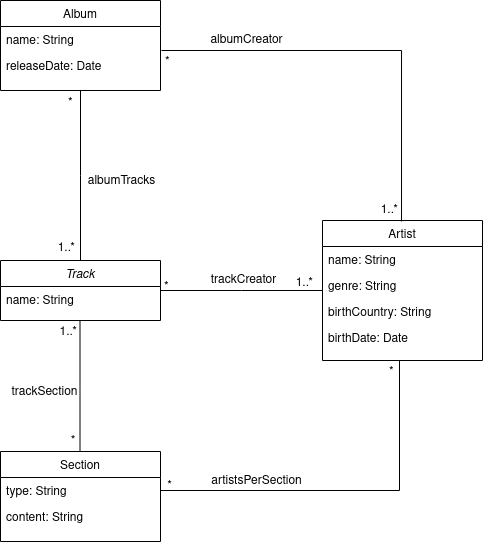
This is docs/img/domain_model.png from gwealm/VerseVault, a draw.io export, as it was before one commit. Source tidied: cells renumbered, new cells last; positions are measured from the earlier drawing's top-left corner, leaving out a move shared by most shapes. Source of this version:
```xml
<mxGraphModel>
  <root>
    <mxCell id="0" />
    <mxCell id="1" parent="0" />
    <mxCell id="2" value="Track" style="swimlane;fontStyle=2;align=center;verticalAlign=top;horizontal=1;startSize=26;rounded=0;shadow=0;strokeWidth=1;" parent="1" vertex="1">
      <mxGeometry y="260" width="160" height="60" as="geometry" />
    </mxCell>
    <mxCell id="3" value="name: String" style="text;align=left;verticalAlign=top;spacingLeft=4;spacingRight=4;overflow=hidden;" parent="2" vertex="1">
      <mxGeometry y="26" width="160" height="26" as="geometry" />
    </mxCell>
    <mxCell id="4" value="Album" style="swimlane;fontStyle=0;align=center;verticalAlign=top;horizontal=1;startSize=26;rounded=0;shadow=0;strokeWidth=1;" parent="1" vertex="1">
      <mxGeometry width="160" height="90" as="geometry" />
    </mxCell>
    <mxCell id="5" value="name: String&#10;" style="text;align=left;verticalAlign=top;spacingLeft=4;spacingRight=4;overflow=hidden;" parent="4" vertex="1">
      <mxGeometry y="26" width="160" height="26" as="geometry" />
    </mxCell>
    <mxCell id="6" value="releaseDate: Date" style="text;align=left;verticalAlign=top;spacingLeft=4;spacingRight=4;overflow=hidden;points=[[0,0.5],[1,0.5]];portConstraint=eastwest;" parent="4" vertex="1">
      <mxGeometry y="52" width="160" height="26" as="geometry" />
    </mxCell>
    <mxCell id="7" value="Artist" style="swimlane;fontStyle=0;align=center;verticalAlign=top;horizontal=1;startSize=26;rounded=0;shadow=0;strokeWidth=1;" parent="1" vertex="1">
      <mxGeometry x="322" y="220" width="160" height="140" as="geometry" />
    </mxCell>
    <mxCell id="8" value="name: String" style="text;align=left;verticalAlign=top;spacingLeft=4;spacingRight=4;overflow=hidden;" parent="7" vertex="1">
      <mxGeometry y="26" width="160" height="26" as="geometry" />
    </mxCell>
    <mxCell id="9" value="genre: String" style="text;align=left;verticalAlign=top;spacingLeft=4;spacingRight=4;overflow=hidden;rounded=0;shadow=0;html=0;" parent="7" vertex="1">
      <mxGeometry y="52" width="160" height="26" as="geometry" />
    </mxCell>
    <mxCell id="10" value="birthCountry: String" style="text;align=left;verticalAlign=top;spacingLeft=4;spacingRight=4;overflow=hidden;rounded=0;shadow=0;html=0;" parent="7" vertex="1">
      <mxGeometry y="78" width="160" height="26" as="geometry" />
    </mxCell>
    <mxCell id="11" value="birthDate: Date" style="text;align=left;verticalAlign=top;spacingLeft=4;spacingRight=4;overflow=hidden;" parent="7" vertex="1">
      <mxGeometry y="104" width="160" height="26" as="geometry" />
    </mxCell>
    <mxCell id="12" style="endArrow=none;shadow=0;strokeWidth=1;rounded=0;endFill=0;edgeStyle=elbowEdgeStyle;elbow=vertical;" parent="1" edge="1" source="2" target="7">
      <mxGeometry x="0.5" y="41" relative="1" as="geometry">
        <mxPoint x="-40" y="32" as="offset" />
      </mxGeometry>
    </mxCell>
    <mxCell id="13" value="*" style="align=left;verticalAlign=bottom;labelBackgroundColor=none;fontSize=12;" parent="12" vertex="1">
      <mxGeometry x="-1" relative="1" as="geometry">
        <mxPoint x="2" y="4" as="offset" />
      </mxGeometry>
    </mxCell>
    <mxCell id="14" value="1..*" style="align=right;verticalAlign=bottom;labelBackgroundColor=none;fontSize=12;" parent="12" vertex="1">
      <mxGeometry x="1" relative="1" as="geometry">
        <mxPoint x="-8" as="offset" />
      </mxGeometry>
    </mxCell>
    <mxCell id="15" value="trackCreator" style="text;html=1;align=center;verticalAlign=middle;labelBackgroundColor=none;rounded=0;shadow=0;strokeWidth=1;fontSize=12;" parent="12" vertex="1">
      <mxGeometry x="0.5" y="49" relative="1" as="geometry">
        <mxPoint x="-40" y="38" as="offset" />
      </mxGeometry>
    </mxCell>
    <mxCell id="16" style="endArrow=none;shadow=0;strokeWidth=1;rounded=0;endFill=0;edgeStyle=elbowEdgeStyle;elbow=vertical;exitX=0.5;exitY=1;exitDx=0;exitDy=0;entryX=0.5;entryY=0;entryDx=0;entryDy=0;" parent="1" edge="1">
      <mxGeometry x="0.5" y="41" relative="1" as="geometry">
        <mxPoint x="79.5" y="320" as="sourcePoint" />
        <mxPoint x="79.5" y="451" as="targetPoint" />
        <mxPoint x="-40" y="32" as="offset" />
      </mxGeometry>
    </mxCell>
    <mxCell id="17" value="1..*" style="align=left;verticalAlign=bottom;labelBackgroundColor=none;fontSize=12;" parent="16" vertex="1">
      <mxGeometry x="-1" relative="1" as="geometry">
        <mxPoint x="-22" y="19" as="offset" />
      </mxGeometry>
    </mxCell>
    <mxCell id="18" value="*" style="align=right;verticalAlign=bottom;labelBackgroundColor=none;fontSize=12;" parent="16" vertex="1">
      <mxGeometry x="1" relative="1" as="geometry">
        <mxPoint x="-3" y="-3" as="offset" />
      </mxGeometry>
    </mxCell>
    <mxCell id="19" style="endArrow=none;shadow=0;strokeWidth=1;rounded=0;endFill=0;edgeStyle=elbowEdgeStyle;elbow=vertical;exitX=0.5;exitY=1;exitDx=0;exitDy=0;entryX=0.5;entryY=0;entryDx=0;entryDy=0;" parent="1" edge="1" source="4" target="2">
      <mxGeometry x="0.5" y="41" relative="1" as="geometry">
        <mxPoint x="-40" y="32" as="offset" />
      </mxGeometry>
    </mxCell>
    <mxCell id="20" value="*" style="align=left;verticalAlign=bottom;labelBackgroundColor=none;fontSize=12;" parent="19" vertex="1">
      <mxGeometry x="-1" relative="1" as="geometry">
        <mxPoint x="-14" y="20" as="offset" />
      </mxGeometry>
    </mxCell>
    <mxCell id="21" value="1..*" style="align=right;verticalAlign=bottom;labelBackgroundColor=none;fontSize=12;" parent="19" vertex="1">
      <mxGeometry x="1" relative="1" as="geometry">
        <mxPoint x="-4" y="-5" as="offset" />
      </mxGeometry>
    </mxCell>
    <mxCell id="22" value="albumTracks" style="text;html=1;align=center;verticalAlign=middle;labelBackgroundColor=none;rounded=0;shadow=0;strokeWidth=1;fontSize=12;" parent="19" vertex="1">
      <mxGeometry x="0.5" y="49" relative="1" as="geometry">
        <mxPoint x="-9" y="-38" as="offset" />
      </mxGeometry>
    </mxCell>
    <mxCell id="23" style="endArrow=none;shadow=0;strokeWidth=1;rounded=0;endFill=0;edgeStyle=elbowEdgeStyle;elbow=vertical;entryX=0.619;entryY=0.007;entryDx=0;entryDy=0;entryPerimeter=0;exitX=1.006;exitY=-0.077;exitDx=0;exitDy=0;exitPerimeter=0;" parent="1" edge="1" source="6">
      <mxGeometry x="0.5" y="41" relative="1" as="geometry">
        <mxPoint x="401" y="221" as="targetPoint" />
        <Array as="points">
          <mxPoint x="390" y="50" />
        </Array>
        <mxPoint x="-40" y="32" as="offset" />
      </mxGeometry>
    </mxCell>
    <mxCell id="24" value="*" style="align=left;verticalAlign=bottom;labelBackgroundColor=none;fontSize=12;" parent="23" vertex="1">
      <mxGeometry x="-1" relative="1" as="geometry">
        <mxPoint x="2" y="19" as="offset" />
      </mxGeometry>
    </mxCell>
    <mxCell id="25" value="1..*" style="align=right;verticalAlign=bottom;labelBackgroundColor=none;fontSize=12;" parent="23" vertex="1">
      <mxGeometry x="1" relative="1" as="geometry">
        <mxPoint x="-2" y="-4" as="offset" />
      </mxGeometry>
    </mxCell>
    <mxCell id="26" value="albumCreator" style="text;html=1;align=center;verticalAlign=middle;labelBackgroundColor=none;rounded=0;shadow=0;strokeWidth=1;fontSize=12;" parent="23" vertex="1">
      <mxGeometry x="0.5" y="49" relative="1" as="geometry">
        <mxPoint x="-205" y="-78" as="offset" />
      </mxGeometry>
    </mxCell>
    <mxCell id="27" value="Section" style="swimlane;fontStyle=0;align=center;verticalAlign=top;horizontal=1;startSize=26;rounded=0;shadow=0;strokeWidth=1;" parent="1" vertex="1">
      <mxGeometry y="451" width="160" height="90" as="geometry" />
    </mxCell>
    <mxCell id="28" value="type: String" style="text;align=left;verticalAlign=top;spacingLeft=4;spacingRight=4;overflow=hidden;points=[[0,0.5],[1,0.5]];portConstraint=eastwest;" parent="27" vertex="1">
      <mxGeometry y="26" width="160" height="26" as="geometry" />
    </mxCell>
    <mxCell id="29" value="content: String" style="text;align=left;verticalAlign=top;spacingLeft=4;spacingRight=4;overflow=hidden;rounded=0;shadow=0;html=0;" parent="27" vertex="1">
      <mxGeometry y="52" width="160" height="26" as="geometry" />
    </mxCell>
    <mxCell id="30" style="endArrow=none;shadow=0;strokeWidth=1;rounded=0;endFill=0;edgeStyle=elbowEdgeStyle;elbow=vertical;exitX=0.5;exitY=1;exitDx=0;exitDy=0;entryX=1;entryY=0.5;entryDx=0;entryDy=0;" parent="1" edge="1" target="28">
      <mxGeometry x="0.5" y="41" relative="1" as="geometry">
        <mxPoint x="399" y="360" as="sourcePoint" />
        <Array as="points">
          <mxPoint x="408" y="490" />
        </Array>
        <mxPoint x="-40" y="32" as="offset" />
      </mxGeometry>
    </mxCell>
    <mxCell id="31" value="*" style="align=left;verticalAlign=bottom;labelBackgroundColor=none;fontSize=12;" parent="30" vertex="1">
      <mxGeometry x="-1" relative="1" as="geometry">
        <mxPoint x="-12" y="19" as="offset" />
      </mxGeometry>
    </mxCell>
    <mxCell id="32" value="*" style="align=right;verticalAlign=bottom;labelBackgroundColor=none;fontSize=12;" parent="30" vertex="1">
      <mxGeometry x="1" relative="1" as="geometry">
        <mxPoint x="13" y="3" as="offset" />
      </mxGeometry>
    </mxCell>
    <mxCell id="33" value="trackSection" style="text;html=1;align=center;verticalAlign=middle;labelBackgroundColor=none;rounded=0;shadow=0;strokeWidth=1;fontSize=12;" parent="1" vertex="1">
      <mxGeometry x="36" y="390" as="geometry">
        <mxPoint x="7" y="1" as="offset" />
      </mxGeometry>
    </mxCell>
    <mxCell id="34" value="artistsPerSection" style="text;html=1;align=center;verticalAlign=middle;labelBackgroundColor=none;rounded=0;shadow=0;strokeWidth=1;fontSize=12;" parent="1" vertex="1">
      <mxGeometry x="255" y="480" as="geometry" />
    </mxCell>
  </root>
</mxGraphModel>
```
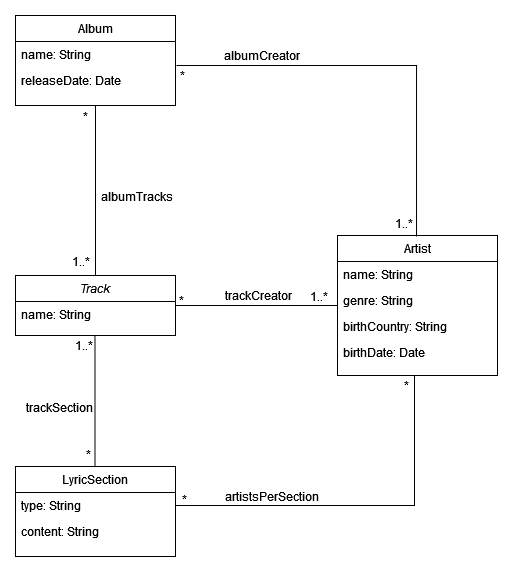
After the change.

Commit message:
docs: update domain model

Change to the diagram source:
```diff
@@ -5,9 +5,9 @@
     <mxCell id="2" value="Track" style="swimlane;fontStyle=2;align=center;verticalAlign=top;horizontal=1;startSize=26;rounded=0;shadow=0;strokeWidth=1;" parent="1" vertex="1">
       <mxGeometry y="260" width="160" height="60" as="geometry" />
     </mxCell>
-    <mxCell id="3" value="name: String" style="text;align=left;verticalAlign=top;spacingLeft=4;spacingRight=4;overflow=hidden;" parent="2" vertex="1">
-      <mxGeometry y="26" width="160" height="26" as="geometry" />
-    </mxCell>
+    <mxCell id="35" value="name: String" style="text;align=left;verticalAlign=top;spacingLeft=4;spacingRight=4;overflow=hidden;" parent="2" vertex="1">
+      <mxGeometry y="26" width="160" height="26" as="geometry" />
+    </mxCell>
     <mxCell id="4" value="Album" style="swimlane;fontStyle=0;align=center;verticalAlign=top;horizontal=1;startSize=26;rounded=0;shadow=0;strokeWidth=1;" parent="1" vertex="1">
       <mxGeometry width="160" height="90" as="geometry" />
     </mxCell>
@@ -20,9 +20,9 @@
     <mxCell id="7" value="Artist" style="swimlane;fontStyle=0;align=center;verticalAlign=top;horizontal=1;startSize=26;rounded=0;shadow=0;strokeWidth=1;" parent="1" vertex="1">
       <mxGeometry x="322" y="220" width="160" height="140" as="geometry" />
     </mxCell>
-    <mxCell id="8" value="name: String" style="text;align=left;verticalAlign=top;spacingLeft=4;spacingRight=4;overflow=hidden;" parent="7" vertex="1">
-      <mxGeometry y="26" width="160" height="26" as="geometry" />
-    </mxCell>
+    <mxCell id="36" value="name: String" style="text;align=left;verticalAlign=top;spacingLeft=4;spacingRight=4;overflow=hidden;" parent="7" vertex="1">
+      <mxGeometry y="26" width="160" height="26" as="geometry" />
+    </mxCell>
     <mxCell id="9" value="genre: String" style="text;align=left;verticalAlign=top;spacingLeft=4;spacingRight=4;overflow=hidden;rounded=0;shadow=0;html=0;" parent="7" vertex="1">
       <mxGeometry y="52" width="160" height="26" as="geometry" />
     </mxCell>
@@ -37,110 +37,110 @@
         <mxPoint x="-40" y="32" as="offset" />
       </mxGeometry>
     </mxCell>
-    <mxCell id="13" value="*" style="align=left;verticalAlign=bottom;labelBackgroundColor=none;fontSize=12;" parent="12" vertex="1">
-      <mxGeometry x="-1" relative="1" as="geometry">
-        <mxPoint x="2" y="4" as="offset" />
-      </mxGeometry>
-    </mxCell>
-    <mxCell id="14" value="1..*" style="align=right;verticalAlign=bottom;labelBackgroundColor=none;fontSize=12;" parent="12" vertex="1">
-      <mxGeometry x="1" relative="1" as="geometry">
-        <mxPoint x="-8" as="offset" />
-      </mxGeometry>
-    </mxCell>
+    <mxCell id="37" value="*" style="align=left;verticalAlign=bottom;labelBackgroundColor=none;fontSize=12;" parent="12" vertex="1">
+      <mxGeometry x="-1" relative="1" as="geometry">
+        <mxPoint x="2" y="4" as="offset" />
+      </mxGeometry>
+    </mxCell>
+    <mxCell id="38" value="1..*" style="align=right;verticalAlign=bottom;labelBackgroundColor=none;fontSize=12;" parent="12" vertex="1">
+      <mxGeometry x="1" relative="1" as="geometry">
+        <mxPoint x="-8" as="offset" />
+      </mxGeometry>
+    </mxCell>
     <mxCell id="15" value="trackCreator" style="text;html=1;align=center;verticalAlign=middle;labelBackgroundColor=none;rounded=0;shadow=0;strokeWidth=1;fontSize=12;" parent="12" vertex="1">
       <mxGeometry x="0.5" y="49" relative="1" as="geometry">
         <mxPoint x="-40" y="38" as="offset" />
       </mxGeometry>
     </mxCell>
-    <mxCell id="16" style="endArrow=none;shadow=0;strokeWidth=1;rounded=0;endFill=0;edgeStyle=elbowEdgeStyle;elbow=vertical;exitX=0.5;exitY=1;exitDx=0;exitDy=0;entryX=0.5;entryY=0;entryDx=0;entryDy=0;" parent="1" edge="1">
-      <mxGeometry x="0.5" y="41" relative="1" as="geometry">
-        <mxPoint x="79.5" y="320" as="sourcePoint" />
-        <mxPoint x="79.5" y="451" as="targetPoint" />
-        <mxPoint x="-40" y="32" as="offset" />
-      </mxGeometry>
-    </mxCell>
+    <mxCell id="39" style="endArrow=none;shadow=0;strokeWidth=1;rounded=0;endFill=0;edgeStyle=elbowEdgeStyle;elbow=vertical;exitX=0.5;exitY=1;exitDx=0;exitDy=0;entryX=0.5;entryY=0;entryDx=0;entryDy=0;" parent="1" edge="1">
+      <mxGeometry x="0.5" y="41" relative="1" as="geometry">
+        <mxPoint x="79.5" y="320" as="sourcePoint" />
+        <mxPoint x="79.5" y="451" as="targetPoint" />
+        <mxPoint x="-40" y="32" as="offset" />
+      </mxGeometry>
+    </mxCell>
-    <mxCell id="17" value="1..*" style="align=left;verticalAlign=bottom;labelBackgroundColor=none;fontSize=12;" parent="16" vertex="1">
+    <mxCell id="17" value="1..*" style="align=left;verticalAlign=bottom;labelBackgroundColor=none;fontSize=12;" parent="39" vertex="1">
       <mxGeometry x="-1" relative="1" as="geometry">
         <mxPoint x="-22" y="19" as="offset" />
       </mxGeometry>
     </mxCell>
-    <mxCell id="18" value="*" style="align=right;verticalAlign=bottom;labelBackgroundColor=none;fontSize=12;" parent="16" vertex="1">
-      <mxGeometry x="1" relative="1" as="geometry">
-        <mxPoint x="-3" y="-3" as="offset" />
-      </mxGeometry>
-    </mxCell>
+    <mxCell id="40" value="*" style="align=right;verticalAlign=bottom;labelBackgroundColor=none;fontSize=12;" parent="39" vertex="1">
+      <mxGeometry x="1" relative="1" as="geometry">
+        <mxPoint x="-3" y="-3" as="offset" />
+      </mxGeometry>
+    </mxCell>
     <mxCell id="19" style="endArrow=none;shadow=0;strokeWidth=1;rounded=0;endFill=0;edgeStyle=elbowEdgeStyle;elbow=vertical;exitX=0.5;exitY=1;exitDx=0;exitDy=0;entryX=0.5;entryY=0;entryDx=0;entryDy=0;" parent="1" edge="1" source="4" target="2">
       <mxGeometry x="0.5" y="41" relative="1" as="geometry">
         <mxPoint x="-40" y="32" as="offset" />
       </mxGeometry>
     </mxCell>
-    <mxCell id="20" value="*" style="align=left;verticalAlign=bottom;labelBackgroundColor=none;fontSize=12;" parent="19" vertex="1">
-      <mxGeometry x="-1" relative="1" as="geometry">
-        <mxPoint x="-14" y="20" as="offset" />
-      </mxGeometry>
-    </mxCell>
-    <mxCell id="21" value="1..*" style="align=right;verticalAlign=bottom;labelBackgroundColor=none;fontSize=12;" parent="19" vertex="1">
-      <mxGeometry x="1" relative="1" as="geometry">
-        <mxPoint x="-4" y="-5" as="offset" />
-      </mxGeometry>
-    </mxCell>
+    <mxCell id="41" value="*" style="align=left;verticalAlign=bottom;labelBackgroundColor=none;fontSize=12;" parent="19" vertex="1">
+      <mxGeometry x="-1" relative="1" as="geometry">
+        <mxPoint x="-14" y="20" as="offset" />
+      </mxGeometry>
+    </mxCell>
+    <mxCell id="42" value="1..*" style="align=right;verticalAlign=bottom;labelBackgroundColor=none;fontSize=12;" parent="19" vertex="1">
+      <mxGeometry x="1" relative="1" as="geometry">
+        <mxPoint x="-4" y="-5" as="offset" />
+      </mxGeometry>
+    </mxCell>
     <mxCell id="22" value="albumTracks" style="text;html=1;align=center;verticalAlign=middle;labelBackgroundColor=none;rounded=0;shadow=0;strokeWidth=1;fontSize=12;" parent="19" vertex="1">
       <mxGeometry x="0.5" y="49" relative="1" as="geometry">
         <mxPoint x="-9" y="-38" as="offset" />
       </mxGeometry>
     </mxCell>
-    <mxCell id="23" style="endArrow=none;shadow=0;strokeWidth=1;rounded=0;endFill=0;edgeStyle=elbowEdgeStyle;elbow=vertical;entryX=0.619;entryY=0.007;entryDx=0;entryDy=0;entryPerimeter=0;exitX=1.006;exitY=-0.077;exitDx=0;exitDy=0;exitPerimeter=0;" parent="1" edge="1" source="6">
-      <mxGeometry x="0.5" y="41" relative="1" as="geometry">
-        <mxPoint x="401" y="221" as="targetPoint" />
-        <Array as="points">
-          <mxPoint x="390" y="50" />
-        </Array>
-        <mxPoint x="-40" y="32" as="offset" />
-      </mxGeometry>
-    </mxCell>
-    <mxCell id="24" value="*" style="align=left;verticalAlign=bottom;labelBackgroundColor=none;fontSize=12;" parent="23" vertex="1">
-      <mxGeometry x="-1" relative="1" as="geometry">
-        <mxPoint x="2" y="19" as="offset" />
-      </mxGeometry>
-    </mxCell>
-    <mxCell id="25" value="1..*" style="align=right;verticalAlign=bottom;labelBackgroundColor=none;fontSize=12;" parent="23" vertex="1">
-      <mxGeometry x="1" relative="1" as="geometry">
-        <mxPoint x="-2" y="-4" as="offset" />
-      </mxGeometry>
-    </mxCell>
+    <mxCell id="43" style="endArrow=none;shadow=0;strokeWidth=1;rounded=0;endFill=0;edgeStyle=elbowEdgeStyle;elbow=vertical;entryX=0.619;entryY=0.007;entryDx=0;entryDy=0;entryPerimeter=0;exitX=1.006;exitY=-0.077;exitDx=0;exitDy=0;exitPerimeter=0;" parent="1" edge="1" source="6">
+      <mxGeometry x="0.5" y="41" relative="1" as="geometry">
+        <mxPoint x="401" y="221" as="targetPoint" />
+        <Array as="points">
+          <mxPoint x="390" y="50" />
+        </Array>
+        <mxPoint x="-40" y="32" as="offset" />
+      </mxGeometry>
+    </mxCell>
+    <mxCell id="44" value="*" style="align=left;verticalAlign=bottom;labelBackgroundColor=none;fontSize=12;" parent="43" vertex="1">
+      <mxGeometry x="-1" relative="1" as="geometry">
+        <mxPoint x="2" y="19" as="offset" />
+      </mxGeometry>
+    </mxCell>
+    <mxCell id="45" value="1..*" style="align=right;verticalAlign=bottom;labelBackgroundColor=none;fontSize=12;" parent="43" vertex="1">
+      <mxGeometry x="1" relative="1" as="geometry">
+        <mxPoint x="-2" y="-4" as="offset" />
+      </mxGeometry>
+    </mxCell>
-    <mxCell id="26" value="albumCreator" style="text;html=1;align=center;verticalAlign=middle;labelBackgroundColor=none;rounded=0;shadow=0;strokeWidth=1;fontSize=12;" parent="23" vertex="1">
+    <mxCell id="26" value="albumCreator" style="text;html=1;align=center;verticalAlign=middle;labelBackgroundColor=none;rounded=0;shadow=0;strokeWidth=1;fontSize=12;" parent="43" vertex="1">
       <mxGeometry x="0.5" y="49" relative="1" as="geometry">
         <mxPoint x="-205" y="-78" as="offset" />
       </mxGeometry>
     </mxCell>
-    <mxCell id="27" value="Section" style="swimlane;fontStyle=0;align=center;verticalAlign=top;horizontal=1;startSize=26;rounded=0;shadow=0;strokeWidth=1;" parent="1" vertex="1">
-      <mxGeometry y="451" width="160" height="90" as="geometry" />
-    </mxCell>
+    <mxCell id="46" value="LyricSection" style="swimlane;fontStyle=0;align=center;verticalAlign=top;horizontal=1;startSize=26;rounded=0;shadow=0;strokeWidth=1;" parent="1" vertex="1">
+      <mxGeometry y="451" width="160" height="90" as="geometry" />
+    </mxCell>
-    <mxCell id="28" value="type: String" style="text;align=left;verticalAlign=top;spacingLeft=4;spacingRight=4;overflow=hidden;points=[[0,0.5],[1,0.5]];portConstraint=eastwest;" parent="27" vertex="1">
+    <mxCell id="28" value="type: String" style="text;align=left;verticalAlign=top;spacingLeft=4;spacingRight=4;overflow=hidden;points=[[0,0.5],[1,0.5]];portConstraint=eastwest;" parent="46" vertex="1">
       <mxGeometry y="26" width="160" height="26" as="geometry" />
     </mxCell>
-    <mxCell id="29" value="content: String" style="text;align=left;verticalAlign=top;spacingLeft=4;spacingRight=4;overflow=hidden;rounded=0;shadow=0;html=0;" parent="27" vertex="1">
+    <mxCell id="29" value="content: String" style="text;align=left;verticalAlign=top;spacingLeft=4;spacingRight=4;overflow=hidden;rounded=0;shadow=0;html=0;" parent="46" vertex="1">
       <mxGeometry y="52" width="160" height="26" as="geometry" />
     </mxCell>
-    <mxCell id="30" style="endArrow=none;shadow=0;strokeWidth=1;rounded=0;endFill=0;edgeStyle=elbowEdgeStyle;elbow=vertical;exitX=0.5;exitY=1;exitDx=0;exitDy=0;entryX=1;entryY=0.5;entryDx=0;entryDy=0;" parent="1" edge="1" target="28">
-      <mxGeometry x="0.5" y="41" relative="1" as="geometry">
-        <mxPoint x="399" y="360" as="sourcePoint" />
-        <Array as="points">
-          <mxPoint x="408" y="490" />
-        </Array>
-        <mxPoint x="-40" y="32" as="offset" />
-      </mxGeometry>
-    </mxCell>
-    <mxCell id="31" value="*" style="align=left;verticalAlign=bottom;labelBackgroundColor=none;fontSize=12;" parent="30" vertex="1">
-      <mxGeometry x="-1" relative="1" as="geometry">
-        <mxPoint x="-12" y="19" as="offset" />
-      </mxGeometry>
-    </mxCell>
-    <mxCell id="32" value="*" style="align=right;verticalAlign=bottom;labelBackgroundColor=none;fontSize=12;" parent="30" vertex="1">
-      <mxGeometry x="1" relative="1" as="geometry">
-        <mxPoint x="13" y="3" as="offset" />
-      </mxGeometry>
-    </mxCell>
+    <mxCell id="47" style="endArrow=none;shadow=0;strokeWidth=1;rounded=0;endFill=0;edgeStyle=elbowEdgeStyle;elbow=vertical;exitX=0.5;exitY=1;exitDx=0;exitDy=0;entryX=1;entryY=0.5;entryDx=0;entryDy=0;" parent="1" edge="1" target="28">
+      <mxGeometry x="0.5" y="41" relative="1" as="geometry">
+        <mxPoint x="399" y="360" as="sourcePoint" />
+        <Array as="points">
+          <mxPoint x="408" y="490" />
+        </Array>
+        <mxPoint x="-40" y="32" as="offset" />
+      </mxGeometry>
+    </mxCell>
+    <mxCell id="48" value="*" style="align=left;verticalAlign=bottom;labelBackgroundColor=none;fontSize=12;" parent="47" vertex="1">
+      <mxGeometry x="-1" relative="1" as="geometry">
+        <mxPoint x="-12" y="19" as="offset" />
+      </mxGeometry>
+    </mxCell>
+    <mxCell id="49" value="*" style="align=right;verticalAlign=bottom;labelBackgroundColor=none;fontSize=12;" parent="47" vertex="1">
+      <mxGeometry x="1" relative="1" as="geometry">
+        <mxPoint x="13" y="3" as="offset" />
+      </mxGeometry>
+    </mxCell>
     <mxCell id="33" value="trackSection" style="text;html=1;align=center;verticalAlign=middle;labelBackgroundColor=none;rounded=0;shadow=0;strokeWidth=1;fontSize=12;" parent="1" vertex="1">
       <mxGeometry x="36" y="390" as="geometry">
         <mxPoint x="7" y="1" as="offset" />
```
